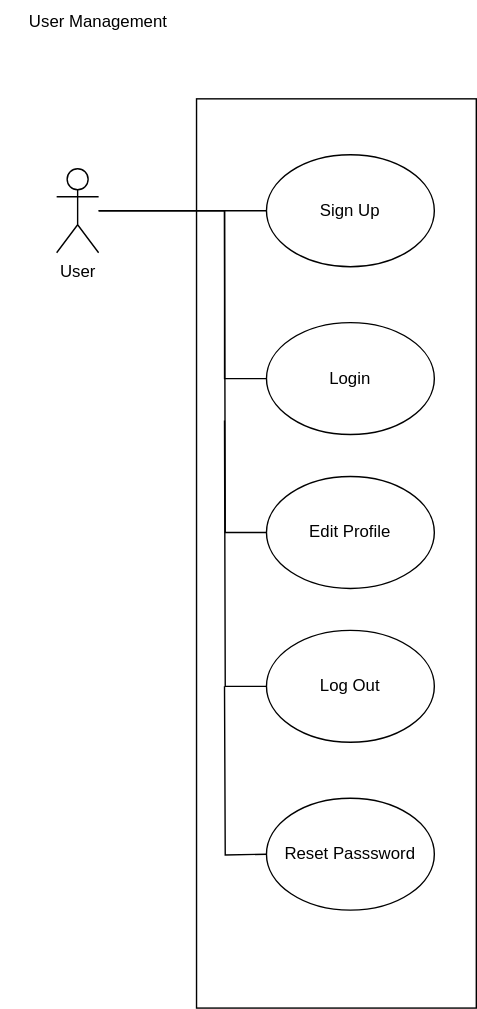
The draw.io diagram Use Case Diagrams/ UserManagement.drawio.svg in lntlemeza/Zen_Documentation, before a commit. Source tidied: cells renumbered, new cells last; positions are measured from the earlier drawing's top-left corner, leaving out a move shared by most shapes. Its diagram source:
```xml
<mxGraphModel>
  <root>
    <mxCell id="0" />
    <mxCell id="1" parent="0" />
    <mxCell id="2" value="User" style="shape=umlActor;verticalLabelPosition=bottom;verticalAlign=top;html=1;outlineConnect=0;" parent="1" vertex="1">
      <mxGeometry x="40" y="120" width="30" height="60" as="geometry" />
    </mxCell>
    <mxCell id="3" style="rounded=0;whiteSpace=wrap;html=1;" parent="1" vertex="1">
      <mxGeometry x="140" y="70" width="200" height="650" as="geometry" />
    </mxCell>
    <mxCell id="4" style="edgeStyle=orthogonalEdgeStyle;rounded=0;jettySize=auto;html=1;exitX=0;exitY=0.5;exitDx=0;exitDy=0;endArrow=none;endFill=0;" parent="1" edge="1" source="5" target="2">
      <mxGeometry relative="1" as="geometry" />
    </mxCell>
    <mxCell id="5" value="Sign Up" style="ellipse;whiteSpace=wrap;html=1;" parent="1" vertex="1">
      <mxGeometry x="190" y="110" width="120" height="80" as="geometry" />
    </mxCell>
    <mxCell id="6" style="edgeStyle=orthogonalEdgeStyle;rounded=0;jettySize=auto;html=1;exitX=0;exitY=0.5;exitDx=0;exitDy=0;endArrow=none;endFill=0;" parent="1" edge="1" source="7">
      <mxGeometry relative="1" as="geometry">
        <mxPoint x="70" y="150" as="targetPoint" />
        <Array as="points">
          <mxPoint x="160" y="270" />
          <mxPoint x="160" y="150" />
        </Array>
      </mxGeometry>
    </mxCell>
    <mxCell id="7" value="Login" style="ellipse;whiteSpace=wrap;html=1;" parent="1" vertex="1">
      <mxGeometry x="190" y="230" width="120" height="80" as="geometry" />
    </mxCell>
    <mxCell id="8" style="edgeStyle=orthogonalEdgeStyle;rounded=0;jettySize=auto;html=1;exitX=0;exitY=0.5;exitDx=0;exitDy=0;endArrow=none;endFill=0;" parent="1" edge="1" source="9">
      <mxGeometry relative="1" as="geometry">
        <mxPoint x="160" y="150" as="targetPoint" />
      </mxGeometry>
    </mxCell>
    <mxCell id="9" value="Edit Profile" style="ellipse;whiteSpace=wrap;html=1;" parent="1" vertex="1">
      <mxGeometry x="190" y="340" width="120" height="80" as="geometry" />
    </mxCell>
    <mxCell id="10" style="edgeStyle=orthogonalEdgeStyle;rounded=0;jettySize=auto;html=1;exitX=0;exitY=0.5;exitDx=0;exitDy=0;endArrow=none;endFill=0;" parent="1" edge="1" source="11">
      <mxGeometry relative="1" as="geometry">
        <mxPoint x="160" y="300" as="targetPoint" />
      </mxGeometry>
    </mxCell>
    <mxCell id="11" value="Log Out" style="ellipse;whiteSpace=wrap;html=1;" parent="1" vertex="1">
      <mxGeometry x="190" y="450" width="120" height="80" as="geometry" />
    </mxCell>
    <mxCell id="12" style="edgeStyle=orthogonalEdgeStyle;rounded=0;orthogonalLoop=1;jettySize=auto;html=1;exitX=0;exitY=0.5;exitDx=0;exitDy=0;endArrow=none;endFill=0;" parent="1" edge="1">
      <mxGeometry relative="1" as="geometry">
        <mxPoint x="190" y="610" as="sourcePoint" />
        <mxPoint x="160" y="490" as="targetPoint" />
      </mxGeometry>
    </mxCell>
    <mxCell id="13" value="Reset Passsword" style="ellipse;whiteSpace=wrap;html=1;" parent="1" vertex="1">
      <mxGeometry x="190" y="570" width="120" height="80" as="geometry" />
    </mxCell>
    <mxCell id="14" value="User Management" style="text;html=1;align=center;verticalAlign=middle;whiteSpace=wrap;rounded=0;fillColor=default;" parent="1" vertex="1">
      <mxGeometry width="140" height="30" as="geometry" />
    </mxCell>
  </root>
</mxGraphModel>
```
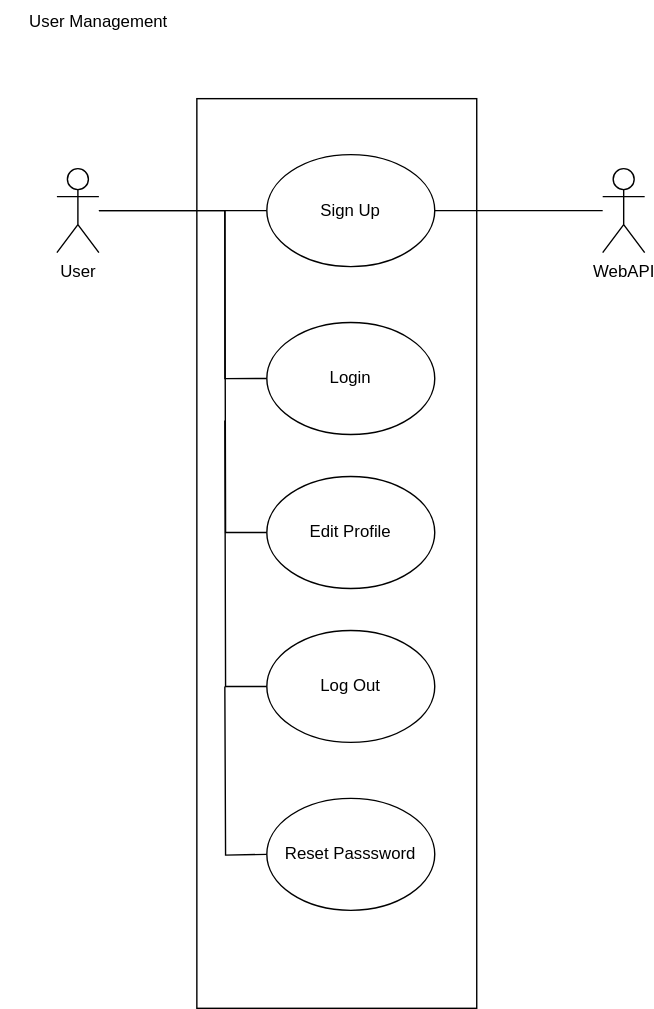
The same diagram one commit later.

Commit message:
Update Use Case Diagrams UserManagement

The edit, as a diff of the source:
```diff
@@ -11,6 +11,9 @@
     <mxCell id="4" style="edgeStyle=orthogonalEdgeStyle;rounded=0;jettySize=auto;html=1;exitX=0;exitY=0.5;exitDx=0;exitDy=0;endArrow=none;endFill=0;" parent="1" edge="1" source="5" target="2">
       <mxGeometry relative="1" as="geometry" />
     </mxCell>
+    <mxCell id="15" style="edgeStyle=orthogonalEdgeStyle;rounded=0;jettySize=auto;html=1;exitX=1;exitY=0.5;exitDx=0;exitDy=0;endArrow=none;endFill=0;" parent="1" edge="1" source="5" target="16">
+      <mxGeometry relative="1" as="geometry" />
+    </mxCell>
     <mxCell id="5" value="Sign Up" style="ellipse;whiteSpace=wrap;html=1;" parent="1" vertex="1">
       <mxGeometry x="190" y="110" width="120" height="80" as="geometry" />
     </mxCell>
@@ -54,5 +57,8 @@
     <mxCell id="14" value="User Management" style="text;html=1;align=center;verticalAlign=middle;whiteSpace=wrap;rounded=0;fillColor=default;" parent="1" vertex="1">
       <mxGeometry width="140" height="30" as="geometry" />
     </mxCell>
+    <mxCell id="16" value="WebAPI" style="shape=umlActor;verticalLabelPosition=bottom;verticalAlign=top;html=1;outlineConnect=0;" parent="1" vertex="1">
+      <mxGeometry x="430" y="120" width="30" height="60" as="geometry" />
+    </mxCell>
   </root>
 </mxGraphModel>
```
